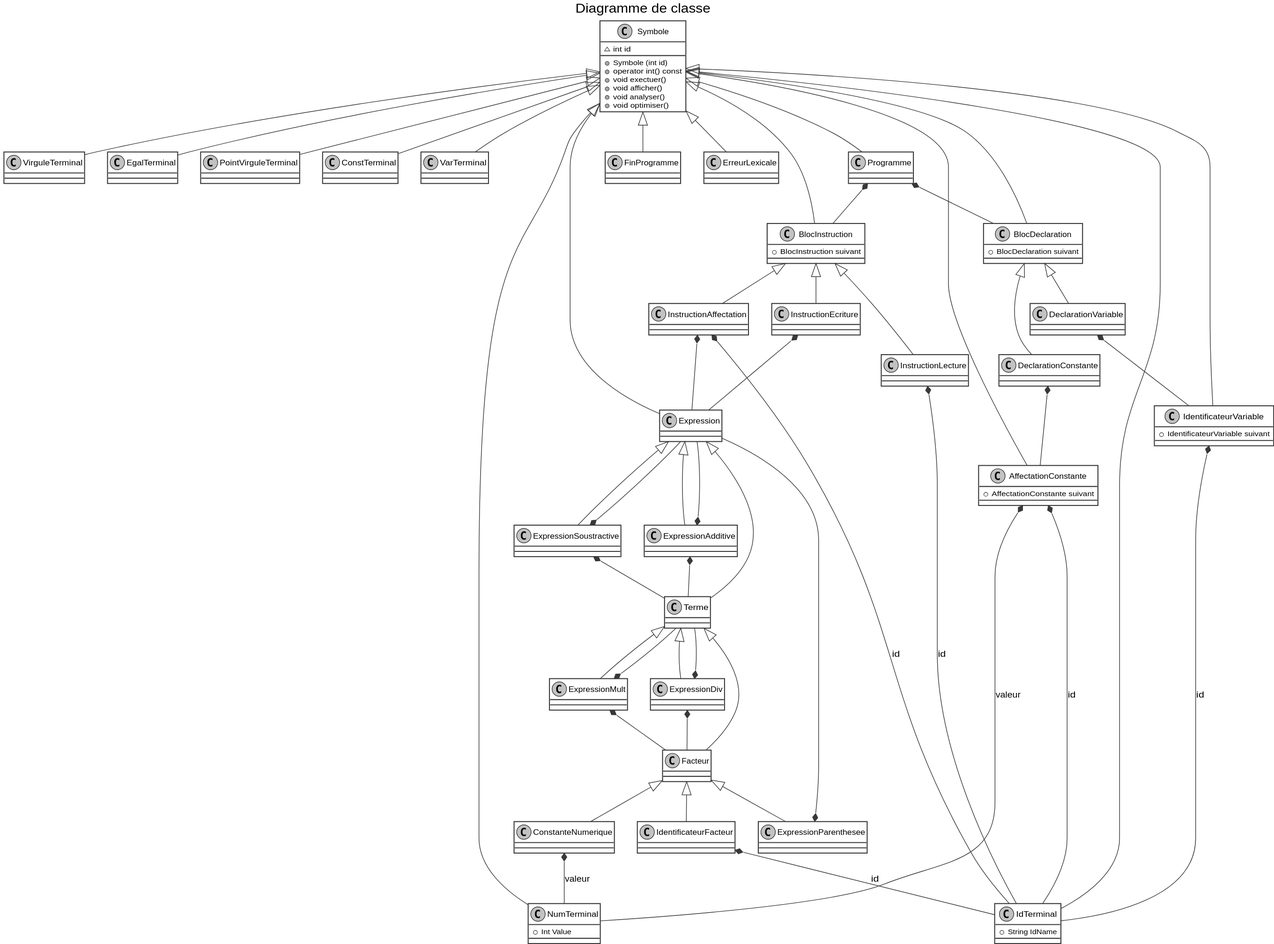
Before: doc/classes.svg, a diagram exported from PlantUML (0xnome/lutin). Its source is kept beside it as doc/classes.puml.
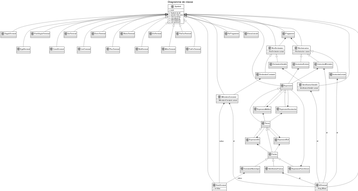
The same file after the commit.

What changed in the source:
```diff
@@ -27,6 +27,15 @@
 class ConstTerminal
 class VarTerminal
 class EgalTerminal
+class LireTerminal
+class EcrireTerminal
+class PlusTerminal
+class MoinsTerminal
+class MultTerminal
+class DivTerminal
+class AffectTerminal
+class ParOuvTerminal
+class ParFerTerminal
 class IdTerminal{
   +String IdName
 }
@@ -121,18 +130,27 @@
 Symbole <|-- AffectationConstante
 Symbole <|-- BlocDeclaration
 Symbole <|-- BlocInstruction
-Symbole <|-- ConstTerminal
-Symbole <|-- EgalTerminal
 Symbole <|-- ErreurLexicale
 Symbole <|-- Expression
 Symbole <|-- FinProgramme
 Symbole <|-- IdentificateurVariable
+Symbole <|-- Programme
 Symbole <|-- IdTerminal
 Symbole <|-- NumTerminal
 Symbole <|-- PointVirguleTerminal
-Symbole <|-- Programme
+Symbole <|--- ConstTerminal
 Symbole <|-- VarTerminal
-Symbole <|-- VirguleTerminal
+Symbole <|--- EgalTerminal
+Symbole <|--VirguleTerminal
+Symbole <|--- LireTerminal
+Symbole <|-- EcrireTerminal
+Symbole <|--- PlusTerminal
+Symbole <|-- MoinsTerminal
+Symbole <|--- MultTerminal
+Symbole <|-- DivTerminal
+Symbole <|--- AffectTerminal
+Symbole <|-- ParOuvTerminal
+Symbole <|--- ParFerTerminal
 
 Terme <|-- ExpressionDiv
 Terme <|-- ExpressionMult
```
